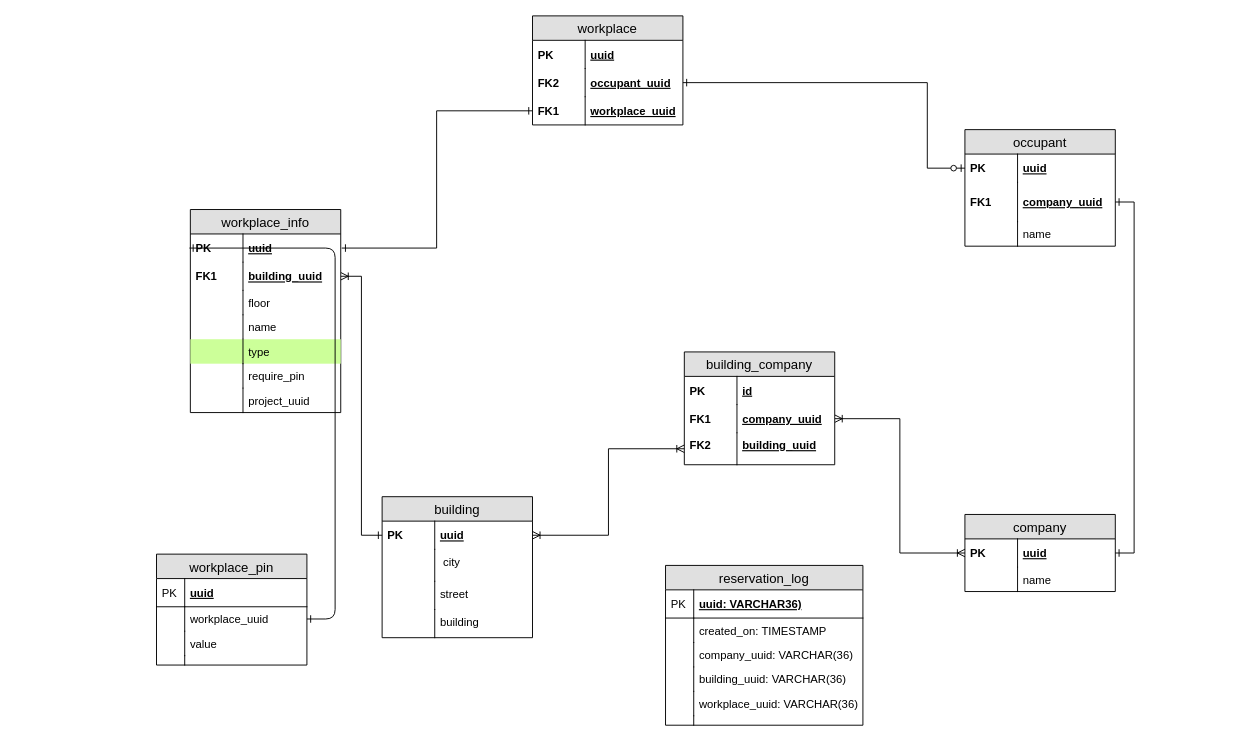
Earlier version of the draw.io diagram workplace-reservation-service-erd.drawio (Hunkizzz/project-zebra-diagrams). Source tidied: cells renumbered, new cells numbered last; positions are measured from the earlier drawing's top-left corner, leaving out a move shared by most shapes. Both pictures are drawn from the tidied source at 94%, with x=0, y=0 at pixel (156, 15).
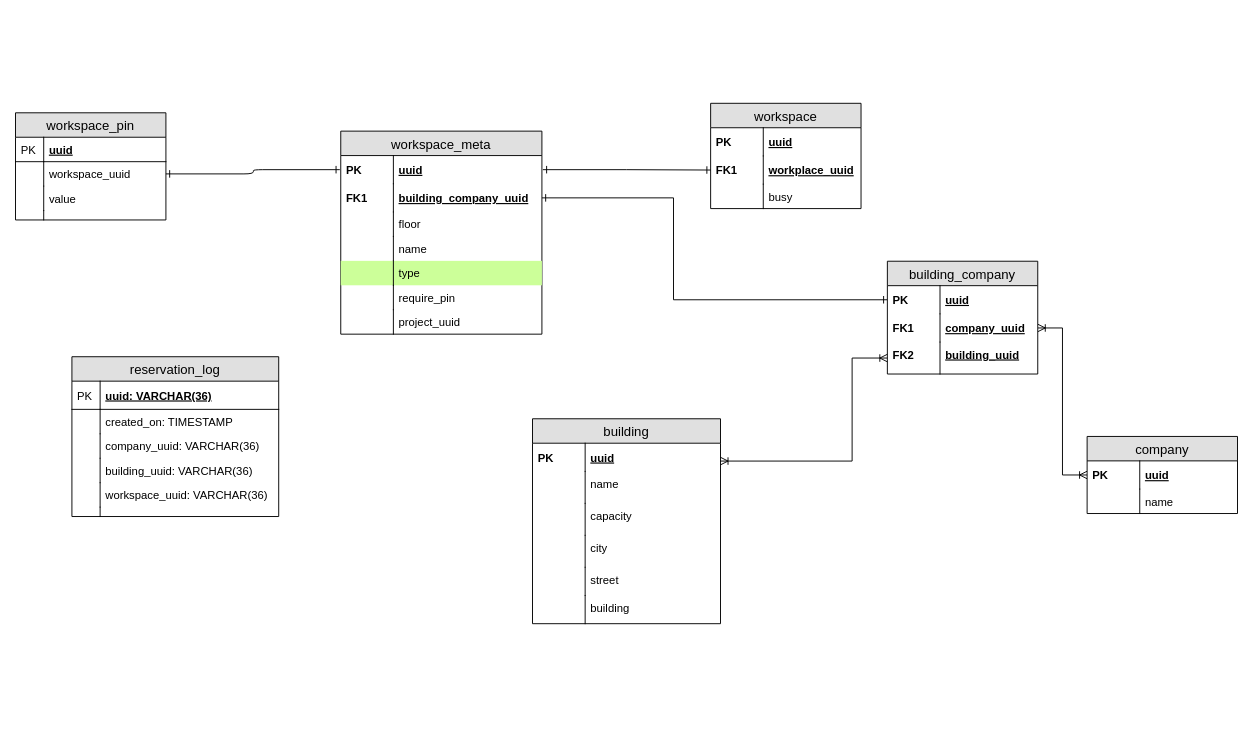
After the change.

The change refers to these unchanged cells:
```xml
<mxCell id="3" value="uuid" style="shape=partialRectangle;top=0;left=0;right=0;bottom=0;align=left;verticalAlign=middle;fillColor=none;spacingLeft=60;spacingRight=4;overflow=hidden;points=[[0,0.5],[1,0.5]];portConstraint=eastwest;fontStyle=5;fontSize=12;" parent="2" vertex="1">
  <mxGeometry y="26" width="160" height="30" as="geometry" />
</mxCell>
<mxCell id="38" value="building_uuid" style="shape=partialRectangle;top=0;left=0;right=0;bottom=0;align=left;verticalAlign=top;fillColor=none;spacingLeft=60;spacingRight=4;overflow=hidden;points=[[0,0.5],[1,0.5]];portConstraint=eastwest;fontSize=12;strokeColor=#000000;fontStyle=5;" parent="33" vertex="1">
  <mxGeometry y="86" width="160" height="34" as="geometry" />
</mxCell>
```

What changed in the source:
```diff
@@
     <mxCell id="2" value="company" style="swimlane;fontStyle=0;horizontal=1;startSize=26;fillColor=#e0e0e0;swimlaneFillColor=#ffffff;align=center;fontSize=14;" parent="1" vertex="1">
-      <mxGeometry x="860" y="530.8" width="160" height="82" as="geometry" />
+      <mxGeometry x="990" y="447.8" width="160" height="82" as="geometry" />
     </mxCell>
@@
-    <mxCell id="7" value="occupant" style="swimlane;fontStyle=0;horizontal=1;startSize=26;fillColor=#e0e0e0;swimlaneFillColor=#ffffff;align=center;fontSize=14;" parent="1" vertex="1">
-      <mxGeometry x="860" y="121.4" width="160" height="124" as="geometry" />
-    </mxCell>
-    <mxCell id="8" value="uuid" style="shape=partialRectangle;top=0;left=0;right=0;bottom=0;align=left;verticalAlign=middle;fillColor=none;spacingLeft=60;spacingRight=4;overflow=hidden;points=[[0,0.5],[1,0.5]];portConstraint=eastwest;fontStyle=5;fontSize=12;" parent="7" vertex="1">
-      <mxGeometry y="26" width="160" height="30" as="geometry" />
-    </mxCell>
-    <mxCell id="9" value="PK" style="shape=partialRectangle;fontStyle=1;top=0;left=0;bottom=0;fillColor=none;align=left;verticalAlign=middle;spacingLeft=4;spacingRight=4;overflow=hidden;fontSize=12;" parent="8" vertex="1">
-      <mxGeometry width="56" height="30" as="geometry" />
-    </mxCell>
-    <mxCell id="10" value="company_uuid" style="shape=partialRectangle;top=0;left=0;right=0;bottom=0;align=left;verticalAlign=middle;fillColor=none;spacingLeft=60;spacingRight=4;overflow=hidden;points=[[0,0.5],[1,0.5]];portConstraint=eastwest;fontStyle=5;fontSize=12;" parent="7" vertex="1">
-      <mxGeometry y="56" width="160" height="42" as="geometry" />
-    </mxCell>
-    <mxCell id="11" value="FK1" style="shape=partialRectangle;fontStyle=1;top=0;left=0;bottom=0;fillColor=none;align=left;verticalAlign=middle;spacingLeft=4;spacingRight=4;overflow=hidden;fontSize=12;" parent="10" vertex="1">
-      <mxGeometry width="56" height="42" as="geometry" />
-    </mxCell>
-    <mxCell id="12" value="name" style="shape=partialRectangle;top=0;left=0;right=0;bottom=0;align=left;verticalAlign=top;fillColor=none;spacingLeft=60;spacingRight=4;overflow=hidden;fontSize=12;" parent="7" vertex="1">
-      <mxGeometry y="98" width="160" height="26" as="geometry" />
-    </mxCell>
-    <mxCell id="13" style="shape=partialRectangle;top=0;left=0;bottom=0;fillColor=none;align=left;verticalAlign=top;spacingLeft=4;spacingRight=4;overflow=hidden;fontSize=12;" parent="12" vertex="1">
-      <mxGeometry width="56" height="26" as="geometry" />
-    </mxCell>
-    <mxCell id="14" value="workplace" style="swimlane;fontStyle=0;horizontal=1;startSize=26;fillColor=#e0e0e0;swimlaneFillColor=#ffffff;align=center;fontSize=14;" parent="1" vertex="1">
-      <mxGeometry x="400" y="0.4" width="160" height="116" as="geometry" />
+    <mxCell id="14" value="workspace" style="swimlane;fontStyle=0;horizontal=1;startSize=26;fillColor=#e0e0e0;swimlaneFillColor=#ffffff;align=center;fontSize=14;" parent="1" vertex="1">
+      <mxGeometry x="589.5" y="93.4" width="160" height="112" as="geometry" />
     </mxCell>
@@
-    <mxCell id="17" value="occupant_uuid" style="shape=partialRectangle;top=0;left=0;right=0;bottom=0;align=left;verticalAlign=middle;fillColor=none;spacingLeft=60;spacingRight=4;overflow=hidden;points=[[0,0.5],[1,0.5]];portConstraint=eastwest;fontStyle=5;fontSize=12;" parent="14" vertex="1">
-      <mxGeometry y="56" width="160" height="30" as="geometry" />
-    </mxCell>
-    <mxCell id="18" value="FK2" style="shape=partialRectangle;fontStyle=1;top=0;left=0;bottom=0;fillColor=none;align=left;verticalAlign=middle;spacingLeft=4;spacingRight=4;overflow=hidden;fontSize=12;" parent="17" vertex="1">
-      <mxGeometry width="56" height="30" as="geometry" />
-    </mxCell>
     <mxCell id="19" value="workplace_uuid" style="shape=partialRectangle;top=0;left=0;right=0;bottom=0;align=left;verticalAlign=middle;fillColor=none;spacingLeft=60;spacingRight=4;overflow=hidden;points=[[0,0.5],[1,0.5]];portConstraint=eastwest;fontStyle=5;fontSize=12;" parent="14" vertex="1">
-      <mxGeometry y="86" width="160" height="30" as="geometry" />
+      <mxGeometry y="56" width="160" height="30" as="geometry" />
     </mxCell>
@@
+    <mxCell id="81" value="busy" style="shape=partialRectangle;top=0;left=0;right=0;bottom=0;align=left;verticalAlign=top;fillColor=none;spacingLeft=60;spacingRight=4;overflow=hidden;fontSize=12;" parent="14" vertex="1">
+      <mxGeometry y="86" width="160" height="26" as="geometry" />
+    </mxCell>
+    <mxCell id="13" style="shape=partialRectangle;top=0;left=0;bottom=0;fillColor=none;align=left;verticalAlign=top;spacingLeft=4;spacingRight=4;overflow=hidden;fontSize=12;" parent="81" vertex="1">
+      <mxGeometry width="56" height="26" as="geometry" />
+    </mxCell>
     <mxCell id="21" value="building" style="swimlane;fontStyle=0;horizontal=1;startSize=26;fillColor=#e0e0e0;swimlaneFillColor=#ffffff;align=center;fontSize=14;" parent="1" vertex="1">
-      <mxGeometry x="240" y="511.9" width="160" height="150" as="geometry" />
+      <mxGeometry x="400" y="429" width="200" height="218" as="geometry" />
     </mxCell>
     <mxCell id="22" value="uuid" style="shape=partialRectangle;top=0;left=0;right=0;bottom=0;align=left;verticalAlign=middle;fillColor=none;spacingLeft=60;spacingRight=4;overflow=hidden;points=[[0,0.5],[1,0.5]];portConstraint=eastwest;fontStyle=5;fontSize=12;" parent="21" vertex="1">
-      <mxGeometry y="26" width="160" height="30" as="geometry" />
+      <mxGeometry y="26" width="200" height="30" as="geometry" />
     </mxCell>
@@
+    <mxCell id="12" value="name" style="shape=partialRectangle;top=0;left=0;right=0;bottom=0;align=left;verticalAlign=top;fillColor=none;spacingLeft=60;spacingRight=4;overflow=hidden;fontSize=12;" parent="21" vertex="1">
+      <mxGeometry y="56" width="200" height="34" as="geometry" />
+    </mxCell>
+    <mxCell id="82" style="shape=partialRectangle;top=0;left=0;bottom=0;fillColor=none;align=left;verticalAlign=top;spacingLeft=4;spacingRight=4;overflow=hidden;fontSize=12;" parent="12" vertex="1">
+      <mxGeometry width="56" height="34" as="geometry" />
+    </mxCell>
+    <mxCell id="83" value="capacity" style="shape=partialRectangle;top=0;left=0;right=0;bottom=0;align=left;verticalAlign=top;fillColor=none;spacingLeft=60;spacingRight=4;overflow=hidden;fontSize=12;" parent="21" vertex="1">
+      <mxGeometry y="90" width="200" height="34" as="geometry" />
+    </mxCell>
+    <mxCell id="84" style="shape=partialRectangle;top=0;left=0;bottom=0;fillColor=none;align=left;verticalAlign=top;spacingLeft=4;spacingRight=4;overflow=hidden;fontSize=12;" parent="83" vertex="1">
+      <mxGeometry width="56" height="34" as="geometry" />
+    </mxCell>
-    <mxCell id="24" value=" city&#10;" style="shape=partialRectangle;top=0;left=0;right=0;bottom=0;align=left;verticalAlign=top;fillColor=none;spacingLeft=60;spacingRight=4;overflow=hidden;fontSize=12;" parent="21" vertex="1">
-      <mxGeometry y="56" width="160" height="34" as="geometry" />
+    <mxCell id="24" value="city&#10;" style="shape=partialRectangle;top=0;left=0;right=0;bottom=0;align=left;verticalAlign=top;fillColor=none;spacingLeft=60;spacingRight=4;overflow=hidden;fontSize=12;" parent="21" vertex="1">
+      <mxGeometry y="124" width="200" height="34" as="geometry" />
     </mxCell>
@@
     <mxCell id="26" value="street" style="shape=partialRectangle;top=0;left=0;right=0;bottom=0;align=left;verticalAlign=top;fillColor=none;spacingLeft=60;spacingRight=4;overflow=hidden;fontSize=12;" parent="21" vertex="1">
-      <mxGeometry y="90" width="160" height="30" as="geometry" />
+      <mxGeometry y="158" width="200" height="30" as="geometry" />
     </mxCell>
@@
     <mxCell id="28" value="building" style="shape=partialRectangle;top=0;left=0;right=0;bottom=0;align=left;verticalAlign=top;fillColor=none;spacingLeft=60;spacingRight=4;overflow=hidden;fontSize=12;" parent="21" vertex="1">
-      <mxGeometry y="120" width="160" height="30" as="geometry" />
+      <mxGeometry y="188" width="200" height="30" as="geometry" />
     </mxCell>
@@
-    <mxCell id="30" style="edgeStyle=orthogonalEdgeStyle;rounded=0;jettySize=auto;html=1;entryX=0;entryY=0.5;entryDx=0;entryDy=0;startArrow=ERoneToMany;startFill=0;endArrow=ERone;endFill=0;exitX=1;exitY=0.5;exitDx=0;exitDy=0;" parent="1" edge="1" source="58" target="22">
-      <mxGeometry relative="1" as="geometry" />
+    <mxCell id="30" style="edgeStyle=orthogonalEdgeStyle;rounded=0;jettySize=auto;html=1;entryX=0;entryY=0.5;entryDx=0;entryDy=0;startArrow=ERone;startFill=0;endArrow=ERone;endFill=0;exitX=1;exitY=0.5;exitDx=0;exitDy=0;" parent="1" edge="1" source="58" target="34">
+      <mxGeometry relative="1" as="geometry">
+        <Array as="points">
+          <mxPoint x="550" y="194" />
+          <mxPoint x="550" y="302" />
+        </Array>
+      </mxGeometry>
     </mxCell>
@@
-    <mxCell id="32" style="edgeStyle=orthogonalEdgeStyle;rounded=0;jettySize=auto;html=1;exitX=1;exitY=0.5;exitDx=0;exitDy=0;entryX=1;entryY=0.5;entryDx=0;entryDy=0;startArrow=ERone;startFill=0;endArrow=ERone;endFill=0;" parent="1" edge="1" source="10" target="3">
-      <mxGeometry relative="1" as="geometry" />
-    </mxCell>
     <mxCell id="33" value="building_company" style="swimlane;fontStyle=0;horizontal=1;startSize=26;fillColor=#e0e0e0;swimlaneFillColor=#ffffff;align=center;fontSize=14;" parent="1" vertex="1">
-      <mxGeometry x="561.5" y="357.9" width="160" height="120" as="geometry" />
+      <mxGeometry x="777.5" y="261.4" width="160" height="120" as="geometry" />
     </mxCell>
-    <mxCell id="34" value="id" style="shape=partialRectangle;top=0;left=0;right=0;bottom=0;align=left;verticalAlign=middle;fillColor=none;spacingLeft=60;spacingRight=4;overflow=hidden;points=[[0,0.5],[1,0.5]];portConstraint=eastwest;fontStyle=5;fontSize=12;" parent="33" vertex="1">
+    <mxCell id="34" value="uuid" style="shape=partialRectangle;top=0;left=0;right=0;bottom=0;align=left;verticalAlign=middle;fillColor=none;spacingLeft=60;spacingRight=4;overflow=hidden;points=[[0,0.5],[1,0.5]];portConstraint=eastwest;fontStyle=5;fontSize=12;" parent="33" vertex="1">
       <mxGeometry y="26" width="160" height="30" as="geometry" />
     </mxCell>
@@
     <mxCell id="40" style="edgeStyle=orthogonalEdgeStyle;rounded=0;jettySize=auto;html=1;entryX=0;entryY=0.5;entryDx=0;entryDy=0;endArrow=ERoneToMany;endFill=0;startArrow=ERoneToMany;startFill=0;" parent="1" edge="1" source="22" target="38">
-      <mxGeometry relative="1" as="geometry" />
+      <mxGeometry relative="1" as="geometry">
+        <Array as="points">
+          <mxPoint x="740" y="474" />
+        </Array>
+      </mxGeometry>
     </mxCell>
-    <mxCell id="41" style="edgeStyle=orthogonalEdgeStyle;rounded=0;jettySize=auto;html=1;entryX=0;entryY=0.5;entryDx=0;entryDy=0;startArrow=ERone;startFill=0;endArrow=ERzeroToOne;endFill=1;exitX=1;exitY=0.5;exitDx=0;exitDy=0;" parent="1" edge="1" source="17" target="8">
-      <mxGeometry relative="1" as="geometry">
-        <Array as="points">
-          <mxPoint x="820" y="71" />
-          <mxPoint x="820" y="162" />
-        </Array>
-      </mxGeometry>
-    </mxCell>
     <mxCell id="42" value="reservation_log" style="swimlane;fontStyle=0;horizontal=1;startSize=26;fillColor=#e0e0e0;swimlaneFillColor=#ffffff;align=center;fontSize=14;" parent="1" vertex="1">
-      <mxGeometry x="541.5" y="585" width="210" height="170" as="geometry" />
+      <mxGeometry x="-90" y="363" width="220" height="170" as="geometry" />
     </mxCell>
-    <mxCell id="43" value="uuid: VARCHAR36)" style="shape=partialRectangle;top=0;left=0;right=0;bottom=1;align=left;verticalAlign=middle;fillColor=none;spacingLeft=34;spacingRight=4;overflow=hidden;fontStyle=5;fontSize=12;" parent="42" vertex="1">
-      <mxGeometry y="26" width="210" height="30" as="geometry" />
+    <mxCell id="43" value="uuid: VARCHAR(36)" style="shape=partialRectangle;top=0;left=0;right=0;bottom=1;align=left;verticalAlign=middle;fillColor=none;spacingLeft=34;spacingRight=4;overflow=hidden;fontStyle=5;fontSize=12;" parent="42" vertex="1">
+      <mxGeometry y="26" width="220" height="30" as="geometry" />
     </mxCell>
@@
     <mxCell id="45" value="created_on: TIMESTAMP" style="shape=partialRectangle;top=0;left=0;right=0;bottom=0;align=left;verticalAlign=top;fillColor=none;spacingLeft=34;spacingRight=4;overflow=hidden;fontSize=12;" parent="42" vertex="1">
-      <mxGeometry y="56" width="210" height="26" as="geometry" />
+      <mxGeometry y="56" width="220" height="26" as="geometry" />
     </mxCell>
@@
     <mxCell id="47" value="company_uuid: VARCHAR(36)" style="shape=partialRectangle;top=0;left=0;right=0;bottom=0;align=left;verticalAlign=top;fillColor=none;spacingLeft=34;spacingRight=4;overflow=hidden;fontSize=12;" parent="42" vertex="1">
-      <mxGeometry y="82" width="210" height="26" as="geometry" />
+      <mxGeometry y="82" width="220" height="26" as="geometry" />
     </mxCell>
@@
     <mxCell id="49" value="building_uuid: VARCHAR(36)" style="shape=partialRectangle;top=0;left=0;right=0;bottom=0;align=left;verticalAlign=top;fillColor=none;spacingLeft=34;spacingRight=4;overflow=hidden;fontSize=12;" parent="42" vertex="1">
-      <mxGeometry y="108" width="210" height="26" as="geometry" />
+      <mxGeometry y="108" width="220" height="26" as="geometry" />
     </mxCell>
@@
-    <mxCell id="51" value="workplace_uuid: VARCHAR(36)" style="shape=partialRectangle;top=0;left=0;right=0;bottom=0;align=left;verticalAlign=top;fillColor=none;spacingLeft=34;spacingRight=4;overflow=hidden;fontSize=12;" parent="42" vertex="1">
-      <mxGeometry y="134" width="210" height="26" as="geometry" />
+    <mxCell id="51" value="workspace_uuid: VARCHAR(36)" style="shape=partialRectangle;top=0;left=0;right=0;bottom=0;align=left;verticalAlign=top;fillColor=none;spacingLeft=34;spacingRight=4;overflow=hidden;fontSize=12;" parent="42" vertex="1">
+      <mxGeometry y="134" width="220" height="26" as="geometry" />
     </mxCell>
@@
     <mxCell id="53" style="shape=partialRectangle;top=0;left=0;right=0;bottom=0;align=left;verticalAlign=top;fillColor=none;spacingLeft=34;spacingRight=4;overflow=hidden;fontSize=12;" parent="42" vertex="1">
-      <mxGeometry y="160" width="210" height="10" as="geometry" />
+      <mxGeometry y="160" width="220" height="10" as="geometry" />
     </mxCell>
@@
-    <mxCell id="55" value="workplace_info" style="swimlane;fontStyle=0;horizontal=1;startSize=26;fillColor=#e0e0e0;swimlaneFillColor=#ffffff;align=center;fontSize=14;" parent="1" vertex="1">
-      <mxGeometry x="36" y="206.4" width="160" height="216" as="geometry" />
+    <mxCell id="55" value="workspace_meta" style="swimlane;fontStyle=0;horizontal=1;startSize=26;fillColor=#e0e0e0;swimlaneFillColor=#ffffff;align=center;fontSize=14;" parent="1" vertex="1">
+      <mxGeometry x="196" y="123" width="214" height="216" as="geometry" />
     </mxCell>
     <mxCell id="56" value="uuid" style="shape=partialRectangle;top=0;left=0;right=0;bottom=0;align=left;verticalAlign=middle;fillColor=none;spacingLeft=60;spacingRight=4;overflow=hidden;points=[[0,0.5],[1,0.5]];portConstraint=eastwest;fontStyle=5;fontSize=12;perimeterSpacing=1;" parent="55" vertex="1">
-      <mxGeometry y="26" width="160" height="30" as="geometry" />
+      <mxGeometry y="26" width="214" height="30" as="geometry" />
     </mxCell>
@@
-    <mxCell id="58" value="building_uuid" style="shape=partialRectangle;top=0;left=0;right=0;bottom=0;align=left;verticalAlign=middle;fillColor=none;spacingLeft=60;spacingRight=4;overflow=hidden;points=[[0,0.5],[1,0.5]];portConstraint=eastwest;fontStyle=5;fontSize=12;" parent="55" vertex="1">
-      <mxGeometry y="56" width="160" height="30" as="geometry" />
+    <mxCell id="58" value="building_company_uuid" style="shape=partialRectangle;top=0;left=0;right=0;bottom=0;align=left;verticalAlign=middle;fillColor=none;spacingLeft=60;spacingRight=4;overflow=hidden;points=[[0,0.5],[1,0.5]];portConstraint=eastwest;fontStyle=5;fontSize=12;" parent="55" vertex="1">
+      <mxGeometry y="56" width="214" height="30" as="geometry" />
     </mxCell>
@@
     <mxCell id="60" value="floor" style="shape=partialRectangle;top=0;left=0;right=0;bottom=0;align=left;verticalAlign=top;fillColor=none;spacingLeft=60;spacingRight=4;overflow=hidden;fontSize=12;" parent="55" vertex="1">
-      <mxGeometry y="86" width="160" height="26" as="geometry" />
+      <mxGeometry y="86" width="214" height="26" as="geometry" />
     </mxCell>
@@
     <mxCell id="62" value="name" style="shape=partialRectangle;top=0;left=0;right=0;bottom=0;align=left;verticalAlign=top;fillColor=none;spacingLeft=60;spacingRight=4;overflow=hidden;fontSize=12;" parent="55" vertex="1">
-      <mxGeometry y="112" width="160" height="26" as="geometry" />
+      <mxGeometry y="112" width="214" height="26" as="geometry" />
     </mxCell>
@@
     <mxCell id="64" value="type" style="shape=partialRectangle;top=0;left=0;right=0;bottom=0;align=left;verticalAlign=top;fillColor=#CCFF99;spacingLeft=60;spacingRight=4;overflow=hidden;fontSize=12;" parent="55" vertex="1">
-      <mxGeometry y="138" width="160" height="26" as="geometry" />
+      <mxGeometry y="138" width="214" height="26" as="geometry" />
     </mxCell>
@@
     <mxCell id="66" value="require_pin " style="shape=partialRectangle;top=0;left=0;right=0;bottom=0;align=left;verticalAlign=top;fillColor=none;spacingLeft=60;spacingRight=4;overflow=hidden;fontSize=12;" parent="55" vertex="1">
-      <mxGeometry y="164" width="160" height="26" as="geometry" />
+      <mxGeometry y="164" width="214" height="26" as="geometry" />
     </mxCell>
@@
     <mxCell id="68" value="project_uuid" style="shape=partialRectangle;top=0;left=0;right=0;bottom=0;align=left;verticalAlign=top;fillColor=none;spacingLeft=60;spacingRight=4;overflow=hidden;fontSize=12;" parent="55" vertex="1">
-      <mxGeometry y="190" width="160" height="26" as="geometry" />
+      <mxGeometry y="190" width="214" height="26" as="geometry" />
     </mxCell>
@@
-    <mxCell id="71" value="workplace_pin" style="swimlane;fontStyle=0;horizontal=1;startSize=26;fillColor=#e0e0e0;swimlaneFillColor=#ffffff;align=center;fontSize=14;" parent="1" vertex="1">
-      <mxGeometry y="573" width="160" height="118" as="geometry" />
+    <mxCell id="71" value="workspace_pin" style="swimlane;fontStyle=0;horizontal=1;startSize=26;fillColor=#e0e0e0;swimlaneFillColor=#ffffff;align=center;fontSize=14;" parent="1" vertex="1">
+      <mxGeometry x="-150" y="103.5" width="160" height="114" as="geometry" />
     </mxCell>
     <mxCell id="72" value="uuid" style="shape=partialRectangle;top=0;left=0;right=0;bottom=1;align=left;verticalAlign=middle;fillColor=none;spacingLeft=34;spacingRight=4;overflow=hidden;fontStyle=5;fontSize=12;" parent="71" vertex="1">
-      <mxGeometry y="26" width="160" height="30" as="geometry" />
+      <mxGeometry y="26" width="160" height="26" as="geometry" />
     </mxCell>
     <mxCell id="73" value="PK" style="shape=partialRectangle;top=0;left=0;bottom=0;fillColor=none;align=left;verticalAlign=middle;spacingLeft=4;spacingRight=4;overflow=hidden;fontSize=12;" parent="72" vertex="1">
-      <mxGeometry width="30" height="30" as="geometry" />
+      <mxGeometry width="30" height="26" as="geometry" />
     </mxCell>
-    <mxCell id="74" value="workplace_uuid" style="shape=partialRectangle;top=0;left=0;right=0;bottom=0;align=left;verticalAlign=top;fillColor=none;spacingLeft=34;spacingRight=4;overflow=hidden;points=[[0,0.5],[1,0.5]];portConstraint=eastwest;fontSize=12;" parent="71" vertex="1">
-      <mxGeometry y="56" width="160" height="26" as="geometry" />
+    <mxCell id="74" value="workspace_uuid" style="shape=partialRectangle;top=0;left=0;right=0;bottom=0;align=left;verticalAlign=top;fillColor=none;spacingLeft=34;spacingRight=4;overflow=hidden;points=[[0,0.5],[1,0.5]];portConstraint=eastwest;fontSize=12;" parent="71" vertex="1">
+      <mxGeometry y="52" width="160" height="26" as="geometry" />
     </mxCell>
@@
     <mxCell id="76" value="value" style="shape=partialRectangle;top=0;left=0;right=0;bottom=0;align=left;verticalAlign=top;fillColor=none;spacingLeft=34;spacingRight=4;overflow=hidden;fontSize=12;" parent="71" vertex="1">
-      <mxGeometry y="82" width="160" height="26" as="geometry" />
+      <mxGeometry y="78" width="160" height="26" as="geometry" />
     </mxCell>
@@
     <mxCell id="78" style="shape=partialRectangle;top=0;left=0;right=0;bottom=0;align=left;verticalAlign=top;fillColor=none;spacingLeft=34;spacingRight=4;overflow=hidden;fontSize=12;" parent="71" vertex="1">
-      <mxGeometry y="108" width="160" height="10" as="geometry" />
+      <mxGeometry y="104" width="160" height="10" as="geometry" />
     </mxCell>
@@
-    <mxCell id="80" style="edgeStyle=entityRelationEdgeStyle;fontSize=12;html=1;endArrow=ERone;startArrow=ERone;entryX=0;entryY=0.5;entryDx=0;entryDy=0;startFill=0;endFill=0;" parent="1" edge="1" source="74" target="56">
+    <mxCell id="80" style="edgeStyle=elbowEdgeStyle;fontSize=12;html=1;endArrow=ERone;startArrow=ERone;entryX=0;entryY=0.5;entryDx=0;entryDy=0;startFill=0;endFill=0;" parent="1" edge="1" source="74" target="56">
       <mxGeometry relative="1" as="geometry" />
     </mxCell>
```
